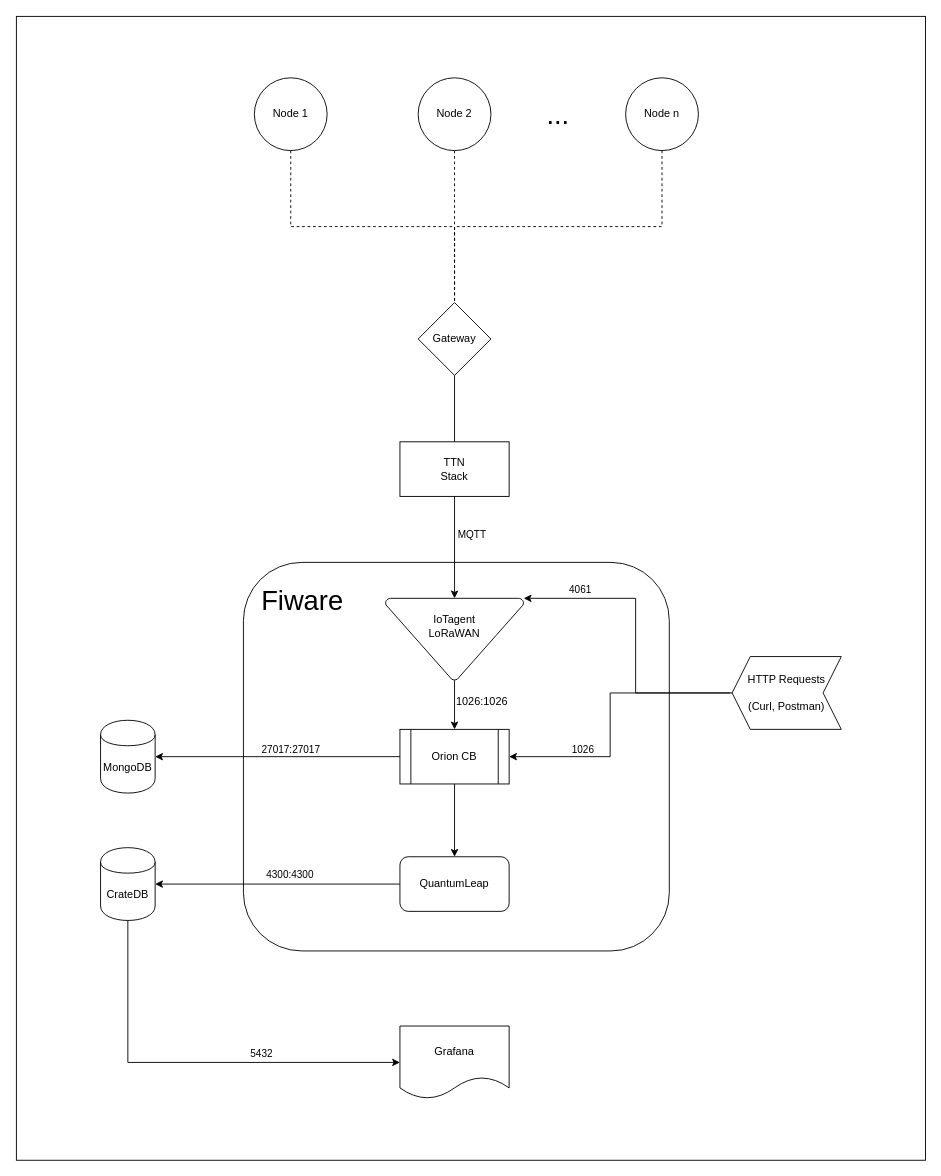
Before: docs/schemes/main_scheme.drawio in jfernandz/lora-arduino-dendrometer, a draw.io diagram. Source tidied: cells renumbered, new cells numbered last; positions are measured from the earlier drawing's top-left corner, leaving out a move shared by most shapes. Both pictures are drawn from the tidied source at 91%, with x=0, y=0 at pixel (15, 15).
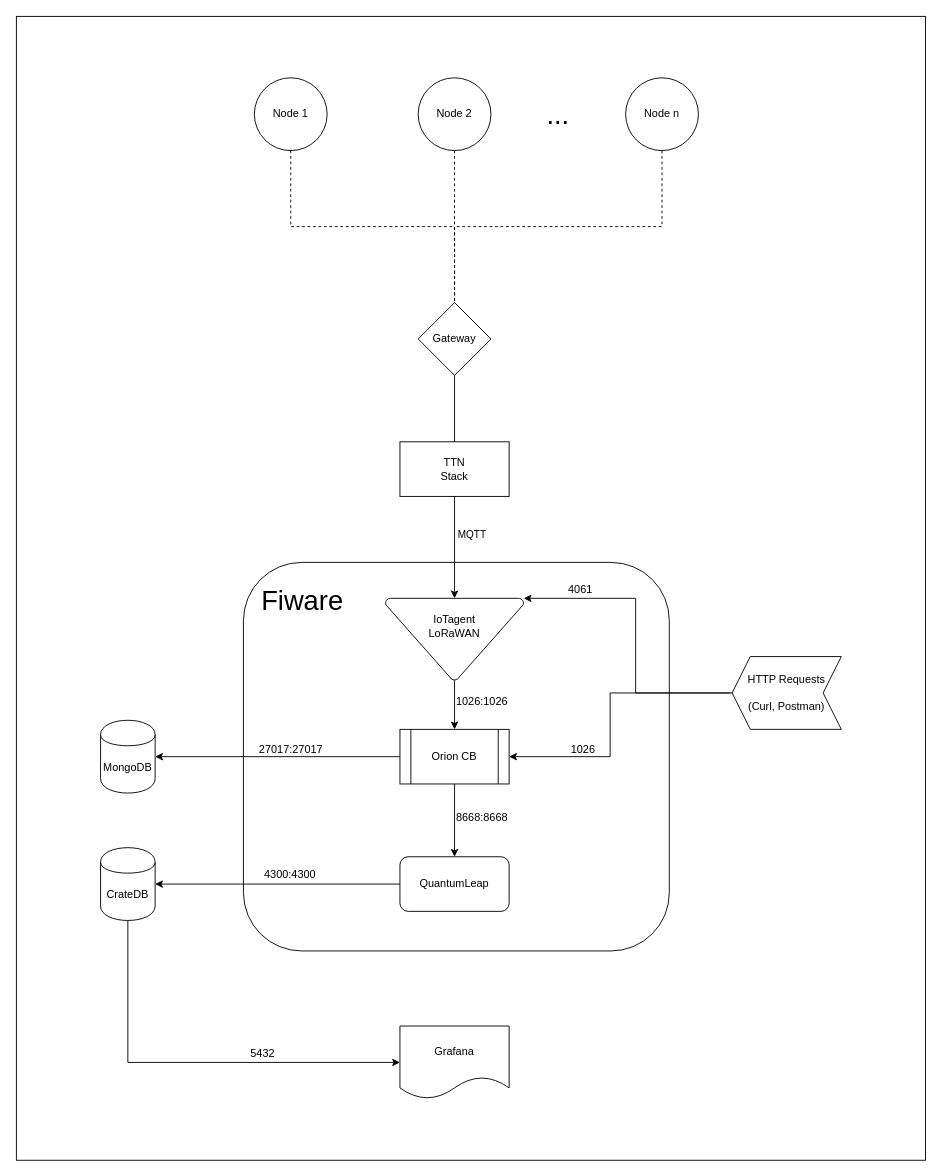
After the change.

Unchanged cells that the change refers to:
```xml
<mxCell id="16" style="edgeStyle=orthogonalEdgeStyle;rounded=0;jettySize=auto;html=1;exitX=0;exitY=0.5;exitDx=0;exitDy=0;entryX=1;entryY=0.5;entryDx=0;entryDy=0;endArrow=classic;endFill=1;fontColor=#000000;labelBackgroundColor=none;strokeColor=#000000;" parent="1" edge="1" source="19" target="22">
  <mxGeometry relative="1" as="geometry" />
</mxCell>
<mxCell id="18" style="edgeStyle=orthogonalEdgeStyle;rounded=0;jettySize=auto;html=1;labelBackgroundColor=none;endArrow=classic;endFill=1;strokeColor=#000000;fontColor=#000000;align=left;" parent="1" edge="1" source="19" target="25">
  <mxGeometry relative="1" as="geometry" />
</mxCell>
<mxCell id="23" style="edgeStyle=orthogonalEdgeStyle;rounded=0;jettySize=auto;html=1;labelBackgroundColor=none;endArrow=classic;endFill=1;strokeColor=#000000;fontColor=#000000;align=left;" parent="1" edge="1" source="25" target="28">
  <mxGeometry relative="1" as="geometry" />
</mxCell>
<mxCell id="26" style="edgeStyle=orthogonalEdgeStyle;rounded=0;jettySize=auto;html=1;labelBackgroundColor=none;endArrow=classic;endFill=1;strokeColor=#000000;fontColor=#000000;align=left;entryX=0;entryY=0.5;entryDx=0;entryDy=0;verticalAlign=top;spacingBottom=0;" parent="1" edge="1" source="28" target="29">
  <mxGeometry relative="1" as="geometry">
    <Array as="points">
      <mxPoint x="123" y="1150" />
    </Array>
  </mxGeometry>
</mxCell>
<mxCell id="30" style="edgeStyle=orthogonalEdgeStyle;rounded=0;jettySize=auto;html=1;labelBackgroundColor=none;endArrow=classic;endFill=1;strokeColor=#000000;fontColor=#000000;align=left;" parent="1" edge="1" source="34" target="19">
  <mxGeometry relative="1" as="geometry">
    <Array as="points">
      <mxPoint x="653" y="744" />
      <mxPoint x="653" y="814" />
    </Array>
  </mxGeometry>
</mxCell>
<mxCell id="32" style="edgeStyle=orthogonalEdgeStyle;rounded=0;jettySize=auto;html=1;entryX=1;entryY=0;entryDx=0;entryDy=0;entryPerimeter=0;labelBackgroundColor=none;endArrow=classic;endFill=1;strokeColor=#000000;fontColor=#000000;align=left;spacingLeft=0;" parent="1" edge="1" target="21">
  <mxGeometry relative="1" as="geometry">
    <mxPoint x="785" y="744" as="sourcePoint" />
    <Array as="points">
      <mxPoint x="681" y="744" />
      <mxPoint x="681" y="640" />
    </Array>
  </mxGeometry>
</mxCell>
```

Change to the diagram source:
```diff
@@
-    <mxCell id="17" value="27017:27017" style="edgeLabel;html=1;align=center;verticalAlign=bottom;fontColor=#000000;labelBackgroundColor=none;spacingTop=0;spacingBottom=0;spacingLeft=0;spacingRight=30;" parent="16" vertex="1">
+    <mxCell id="17" value="27017:27017" style="edgeLabel;html=1;align=center;verticalAlign=bottom;fontColor=#000000;labelBackgroundColor=none;spacingTop=0;spacingBottom=0;spacingLeft=0;spacingRight=30;fontSize=12;" parent="16" vertex="1">
       <mxGeometry x="-0.21" relative="1" as="geometry" />
     </mxCell>
@@
+    <mxCell id="35" value="8668:8668" style="edgeLabel;html=1;align=left;verticalAlign=middle;labelBackgroundColor=none;fontColor=#000000;spacingBottom=0;spacingTop=7;fontSize=12;" parent="18" vertex="1">
+      <mxGeometry x="-0.18" relative="1" as="geometry" />
+    </mxCell>
@@
-    <mxCell id="24" value="4300:4300" style="edgeLabel;html=1;align=center;verticalAlign=bottom;fontColor=#000000;labelBackgroundColor=none;spacingBottom=4;" parent="23" vertex="1">
+    <mxCell id="24" value="4300:4300" style="edgeLabel;html=1;align=center;verticalAlign=bottom;fontColor=#000000;labelBackgroundColor=none;spacingBottom=4;fontSize=12;" parent="23" vertex="1">
       <mxGeometry x="-0.09" y="2" relative="1" as="geometry" />
     </mxCell>
@@
-    <mxCell id="27" value="5432" style="edgeLabel;html=1;align=left;verticalAlign=bottom;fontColor=#000000;labelBackgroundColor=none;spacingLeft=4;spacingBottom=4;" parent="26" vertex="1">
+    <mxCell id="27" value="5432" style="edgeLabel;html=1;align=left;verticalAlign=bottom;fontColor=#000000;labelBackgroundColor=none;spacingLeft=4;spacingBottom=4;fontSize=12;" parent="26" vertex="1">
       <mxGeometry x="0.25" y="-3" relative="1" as="geometry">
         <mxPoint x="1" as="offset" />
       </mxGeometry>
     </mxCell>
@@
-    <mxCell id="31" value="1026&lt;br&gt;" style="edgeLabel;html=1;align=center;verticalAlign=bottom;fontColor=#000000;labelBackgroundColor=none;" parent="30" vertex="1">
+    <mxCell id="31" value="1026&lt;br style=&quot;font-size: 12px;&quot;&gt;" style="edgeLabel;html=1;align=center;verticalAlign=bottom;fontColor=#000000;labelBackgroundColor=none;fontSize=12;" parent="30" vertex="1">
       <mxGeometry x="0.49" relative="1" as="geometry" />
     </mxCell>
@@
-    <mxCell id="33" value="4061" style="edgeLabel;html=1;align=center;verticalAlign=bottom;fontColor=#000000;labelBackgroundColor=none;" parent="32" vertex="1">
+    <mxCell id="33" value="4061" style="edgeLabel;html=1;align=center;verticalAlign=bottom;fontColor=#000000;labelBackgroundColor=none;fontSize=12;" parent="32" vertex="1">
       <mxGeometry x="0.63" y="-1" relative="1" as="geometry" />
     </mxCell>
```
